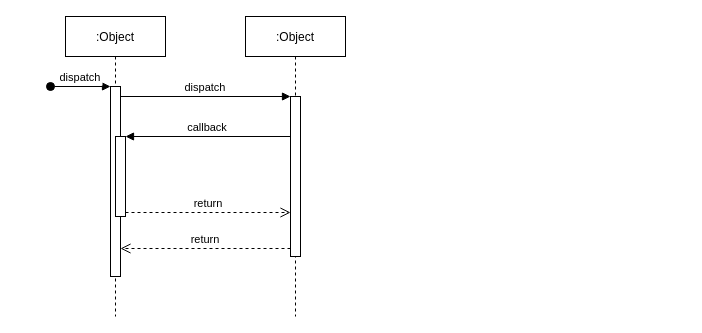
Earlier version of the draw.io diagram portal/StatementIncomings.aspx/StatementIncomings.drawio (davyd0ff/so-line-grls). Source tidied: cells renumbered, new cells numbered last; positions are measured from the earlier drawing's top-left corner, leaving out a move shared by most shapes. Both pictures are drawn from the tidied source at 100%, with x=0, y=0 at pixel (50, 16).
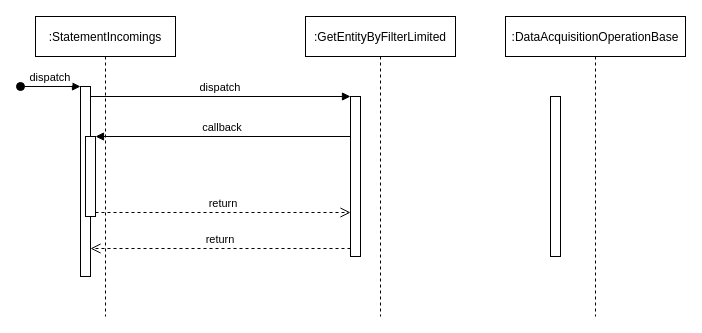
Above is the later version.

Change to the diagram source:
```diff
@@
 <mxGraphModel>
   <root>
     <mxCell id="0" />
     <mxCell id="1" parent="0" />
-    <mxCell id="2" value=":Object" style="shape=umlLifeline;perimeter=lifelinePerimeter;rounded=0;shadow=0;strokeWidth=1;" parent="1" vertex="1">
-      <mxGeometry x="15" width="100" height="300" as="geometry" />
+    <mxCell id="2" value=":StatementIncomings" style="shape=umlLifeline;perimeter=lifelinePerimeter;rounded=0;shadow=0;strokeWidth=1;" parent="1" vertex="1">
+      <mxGeometry x="-15" width="140" height="300" as="geometry" />
     </mxCell>
     <mxCell id="3" style="points=[];perimeter=orthogonalPerimeter;rounded=0;shadow=0;strokeWidth=1;" parent="2" vertex="1">
       <mxGeometry x="45" y="70" width="10" height="190" as="geometry" />
     </mxCell>
     <mxCell id="4" value="dispatch" style="verticalAlign=bottom;startArrow=oval;endArrow=block;startSize=8;shadow=0;strokeWidth=1;" parent="2" edge="1" target="3">
       <mxGeometry relative="1" as="geometry">
         <mxPoint x="-15" y="70" as="sourcePoint" />
       </mxGeometry>
     </mxCell>
     <mxCell id="5" style="points=[];perimeter=orthogonalPerimeter;rounded=0;shadow=0;strokeWidth=1;" parent="2" vertex="1">
       <mxGeometry x="50" y="120" width="10" height="80" as="geometry" />
     </mxCell>
-    <mxCell id="6" value=":Object" style="shape=umlLifeline;perimeter=lifelinePerimeter;rounded=0;shadow=0;strokeWidth=1;" parent="1" vertex="1">
-      <mxGeometry x="195" width="100" height="300" as="geometry" />
+    <mxCell id="6" value=":GetEntityByFilterLimited" style="shape=umlLifeline;perimeter=lifelinePerimeter;rounded=0;shadow=0;strokeWidth=1;" parent="1" vertex="1">
+      <mxGeometry x="255" width="150" height="300" as="geometry" />
     </mxCell>
     <mxCell id="7" style="points=[];perimeter=orthogonalPerimeter;rounded=0;shadow=0;strokeWidth=1;" parent="6" vertex="1">
       <mxGeometry x="45" y="80" width="10" height="160" as="geometry" />
     </mxCell>
     <mxCell id="8" value="return" style="verticalAlign=bottom;endArrow=open;dashed=1;endSize=8;exitX=0;exitY=0.95;shadow=0;strokeWidth=1;" parent="1" edge="1" source="7" target="3">
       <mxGeometry relative="1" as="geometry" />
     </mxCell>
     <mxCell id="9" value="dispatch" style="verticalAlign=bottom;endArrow=block;entryX=0;entryY=0;shadow=0;strokeWidth=1;" parent="1" edge="1" source="3" target="7">
       <mxGeometry relative="1" as="geometry" />
     </mxCell>
     <mxCell id="10" value="callback" style="verticalAlign=bottom;endArrow=block;entryX=1;entryY=0;shadow=0;strokeWidth=1;" parent="1" edge="1" source="7" target="5">
       <mxGeometry relative="1" as="geometry" />
     </mxCell>
     <mxCell id="11" value="return" style="verticalAlign=bottom;endArrow=open;dashed=1;endSize=8;exitX=1;exitY=0.95;shadow=0;strokeWidth=1;" parent="1" edge="1" source="5" target="7">
       <mxGeometry relative="1" as="geometry" />
     </mxCell>
+    <mxCell id="12" value=":DataAcquisitionOperationBase" style="shape=umlLifeline;perimeter=lifelinePerimeter;rounded=0;shadow=0;strokeWidth=1;" parent="1" vertex="1">
+      <mxGeometry x="455" width="180" height="300" as="geometry" />
+    </mxCell>
+    <mxCell id="13" style="perimeter=orthogonalPerimeter;rounded=0;shadow=0;strokeWidth=1;" parent="12" vertex="1">
+      <mxGeometry x="45" y="80" width="10" height="160" as="geometry" />
+    </mxCell>
   </root>
 </mxGraphModel>
```
